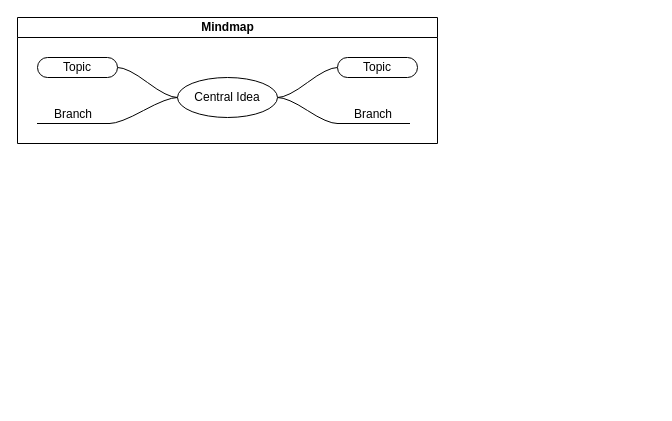
This is 学习.drawio from abserari/draw.io, a draw.io file, before an edit. Source tidied: cells renumbered, new cells numbered last; positions are measured from the earlier drawing's top-left corner, leaving out a move shared by most shapes. Both pictures are drawn from the tidied source at 100%, with x=0, y=0 at pixel (17, 17).
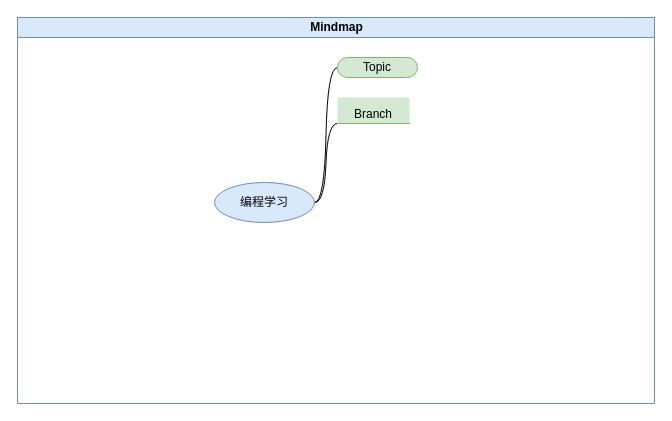
The same diagram, later.

Change to the diagram source:
```diff
@@
 <mxGraphModel>
   <root>
     <mxCell id="0" />
     <mxCell id="1" parent="0" />
-    <mxCell id="2" value="Mindmap" style="swimlane;html=1;startSize=20;horizontal=1;containerType=tree;" parent="1" vertex="1">
-      <mxGeometry width="420" height="126" as="geometry" />
+    <mxCell id="2" value="Mindmap" style="swimlane;html=1;startSize=20;horizontal=1;containerType=tree;fillColor=#dae8fc;strokeColor=#6c8ebf;" parent="1" vertex="1">
+      <mxGeometry width="637" height="386" as="geometry" />
     </mxCell>
     <mxCell id="3" style="edgeStyle=entityRelationEdgeStyle;startArrow=none;endArrow=none;segment=10;curved=1;" parent="2" edge="1" source="7" target="8">
       <mxGeometry relative="1" as="geometry" />
     </mxCell>
     <mxCell id="4" style="edgeStyle=entityRelationEdgeStyle;startArrow=none;endArrow=none;segment=10;curved=1;" parent="2" edge="1" source="7" target="9">
       <mxGeometry relative="1" as="geometry" />
     </mxCell>
-    <mxCell id="5" style="edgeStyle=entityRelationEdgeStyle;startArrow=none;endArrow=none;segment=10;curved=1;" parent="2" edge="1" source="7" target="10">
-      <mxGeometry relative="1" as="geometry" />
-    </mxCell>
-    <mxCell id="6" style="edgeStyle=entityRelationEdgeStyle;startArrow=none;endArrow=none;segment=10;curved=1;" parent="2" edge="1" source="7" target="11">
-      <mxGeometry relative="1" as="geometry" />
-    </mxCell>
-    <mxCell id="7" value="Central Idea" style="ellipse;whiteSpace=wrap;html=1;align=center;" parent="2" vertex="1">
-      <mxGeometry x="160" y="60" width="100" height="40" as="geometry" />
+    <mxCell id="7" value="编程学习" style="ellipse;whiteSpace=wrap;html=1;align=center;fillColor=#dae8fc;strokeColor=#6c8ebf;" parent="2" vertex="1">
+      <mxGeometry x="197" y="165" width="100" height="40" as="geometry" />
     </mxCell>
-    <mxCell id="8" value="Topic" style="whiteSpace=wrap;html=1;rounded=1;arcSize=50;align=center;verticalAlign=middle;strokeWidth=1;spacing=4;" parent="2" vertex="1">
+    <mxCell id="8" value="Topic" style="whiteSpace=wrap;html=1;rounded=1;arcSize=50;align=center;verticalAlign=middle;strokeWidth=1;spacing=4;fillColor=#d5e8d4;strokeColor=#82b366;perimeter=rectanglePerimeter;" parent="2" vertex="1">
       <mxGeometry x="320" y="40" width="80" height="20" as="geometry" />
     </mxCell>
-    <mxCell id="9" value="Branch" style="whiteSpace=wrap;html=1;shape=partialRectangle;top=0;left=0;bottom=1;right=0;points=[[0,1],[1,1]];strokeColor=#000000;fillColor=none;align=center;verticalAlign=bottom;routingCenterY=0.5;snapToPoint=1;" parent="2" vertex="1">
+    <mxCell id="9" value="Branch" style="whiteSpace=wrap;html=1;shape=partialRectangle;top=0;left=0;bottom=1;right=0;points=[[0,1],[1,1]];strokeColor=#82b366;fillColor=#d5e8d4;align=center;verticalAlign=bottom;routingCenterY=0.5;snapToPoint=1;" parent="2" vertex="1">
       <mxGeometry x="320" y="80" width="72" height="26" as="geometry" />
     </mxCell>
-    <mxCell id="10" value="Topic" style="whiteSpace=wrap;html=1;rounded=1;arcSize=50;align=center;verticalAlign=middle;strokeWidth=1;spacing=4;" parent="2" vertex="1">
-      <mxGeometry x="20" y="40" width="80" height="20" as="geometry" />
-    </mxCell>
-    <mxCell id="11" value="Branch" style="whiteSpace=wrap;html=1;shape=partialRectangle;top=0;left=0;bottom=1;right=0;points=[[0,1],[1,1]];strokeColor=#000000;fillColor=none;align=center;verticalAlign=bottom;routingCenterY=0.5;snapToPoint=1;" parent="2" vertex="1">
-      <mxGeometry x="20" y="80" width="72" height="26" as="geometry" />
-    </mxCell>
   </root>
 </mxGraphModel>
```
